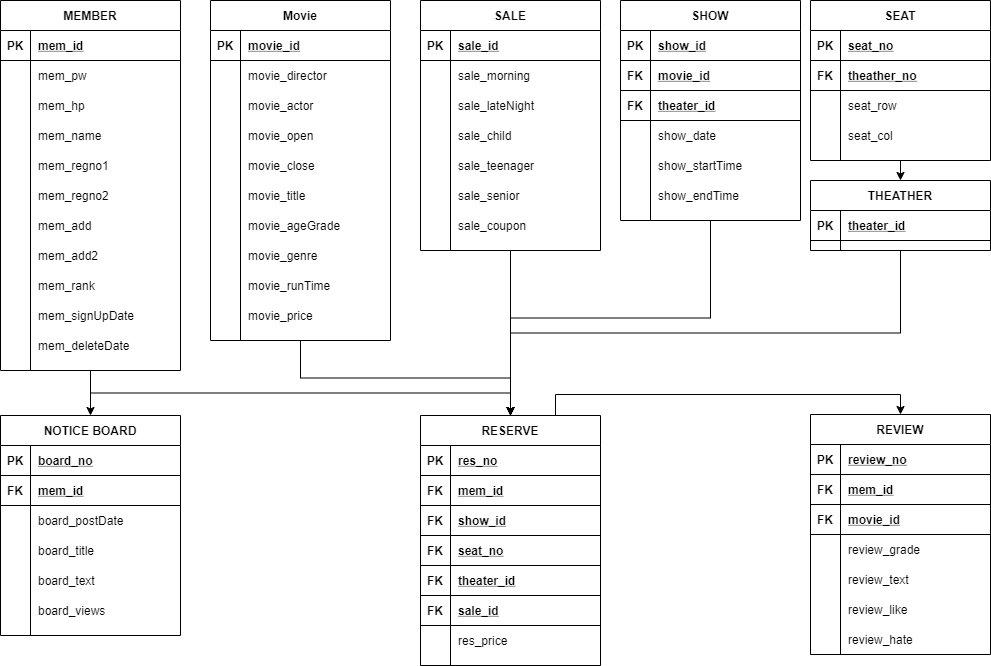
Earlier version of the draw.io export DB Concept/theater_structure.png (KOR-SHIN/basic_project). Source tidied: cells renumbered, new cells last; positions are measured from the earlier drawing's top-left corner, leaving out a move shared by most shapes.
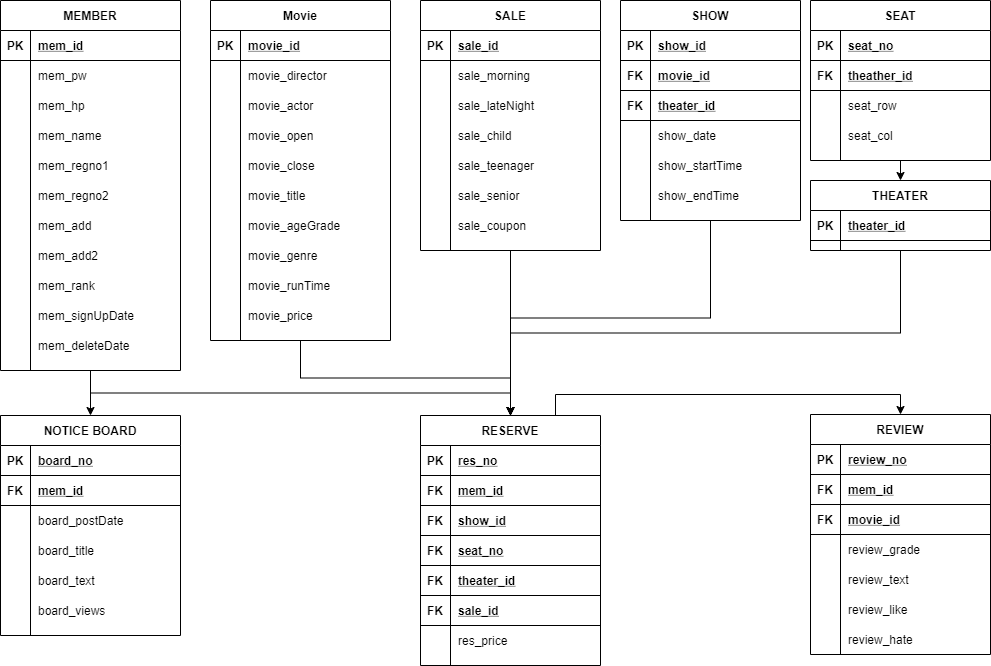
The same diagram one commit later.

The edit, as a diff of the source:
```diff
@@ -284,7 +284,7 @@
     <mxCell id="95" value="mem_deleteDate" style="shape=partialRectangle;fillColor=none;top=0;left=0;bottom=0;right=0;align=left;spacingLeft=6;overflow=hidden;" parent="93" vertex="1">
       <mxGeometry x="30" width="150" height="30" as="geometry" />
     </mxCell>
-    <mxCell id="96" value="THEATHER" style="shape=table;startSize=30;rowLines=0;fontStyle=1;align=center;" parent="1" vertex="1">
+    <mxCell id="96" value="THEATER" style="shape=table;startSize=30;rowLines=0;fontStyle=1;align=center;" parent="1" vertex="1">
       <mxGeometry x="810" y="180" width="180" height="70" as="geometry" />
     </mxCell>
     <mxCell id="97" style="shape=partialRectangle;fillColor=none;top=0;left=0;bottom=1;right=0;" parent="96" vertex="1">
@@ -314,7 +314,7 @@
     <mxCell id="105" value="FK" style="shape=partialRectangle;fillColor=none;top=0;left=0;bottom=0;right=0;fontStyle=1;overflow=hidden;" parent="104" vertex="1">
       <mxGeometry width="30" height="30" as="geometry" />
     </mxCell>
-    <mxCell id="106" value="theather_no" style="shape=partialRectangle;fillColor=none;top=0;left=0;bottom=0;right=0;align=left;spacingLeft=6;fontStyle=5;overflow=hidden;" parent="104" vertex="1">
+    <mxCell id="106" value="theather_id" style="shape=partialRectangle;fillColor=none;top=0;left=0;bottom=0;right=0;align=left;spacingLeft=6;fontStyle=5;overflow=hidden;" parent="104" vertex="1">
       <mxGeometry x="30" width="150" height="30" as="geometry" />
     </mxCell>
     <mxCell id="107" style="shape=partialRectangle;fillColor=none;top=0;left=0;bottom=0;right=0;" parent="100" vertex="1">
```
